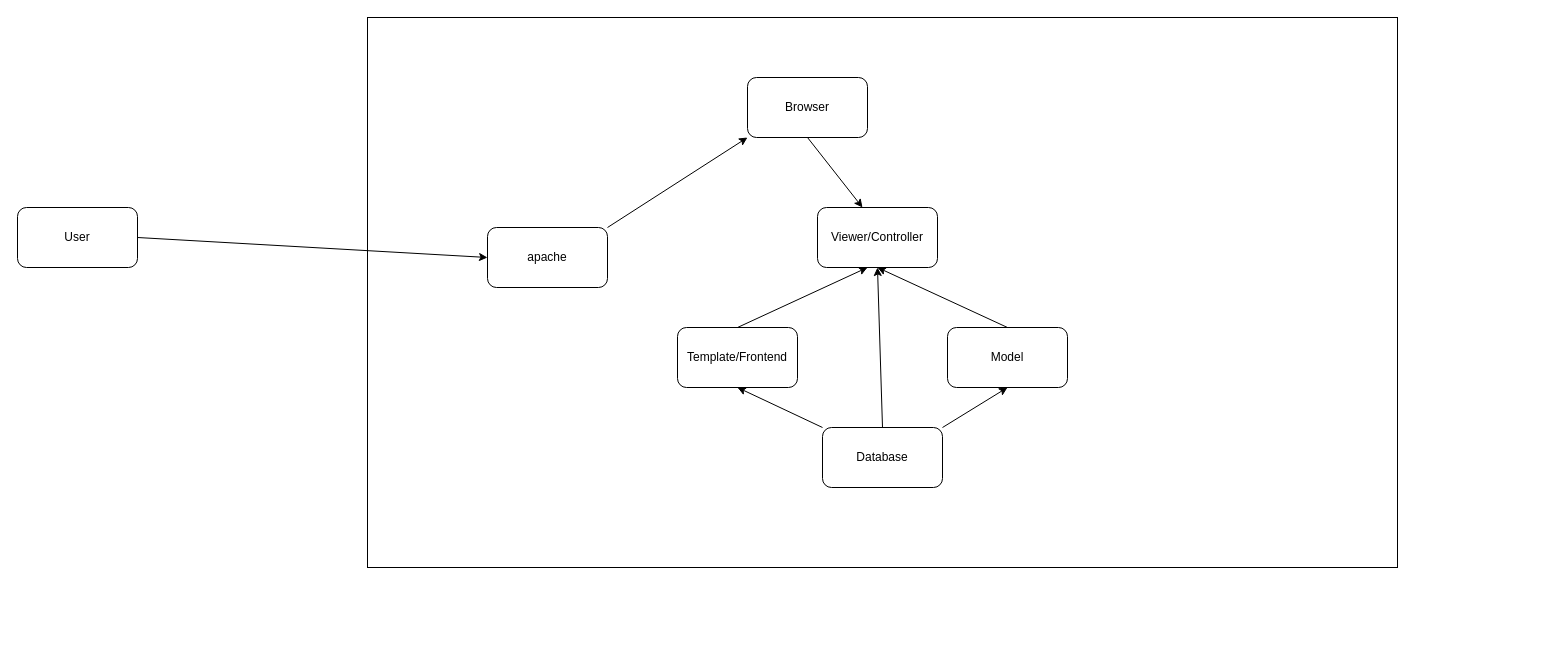
Earlier version of the draw.io diagram test.drawio (Vikbobvia/Stt_web). Source tidied: cells renumbered, new cells numbered last; positions are measured from the earlier drawing's top-left corner, leaving out a move shared by most shapes. Both pictures are drawn from the tidied source at 100%, with x=0, y=0 at pixel (17, 17).
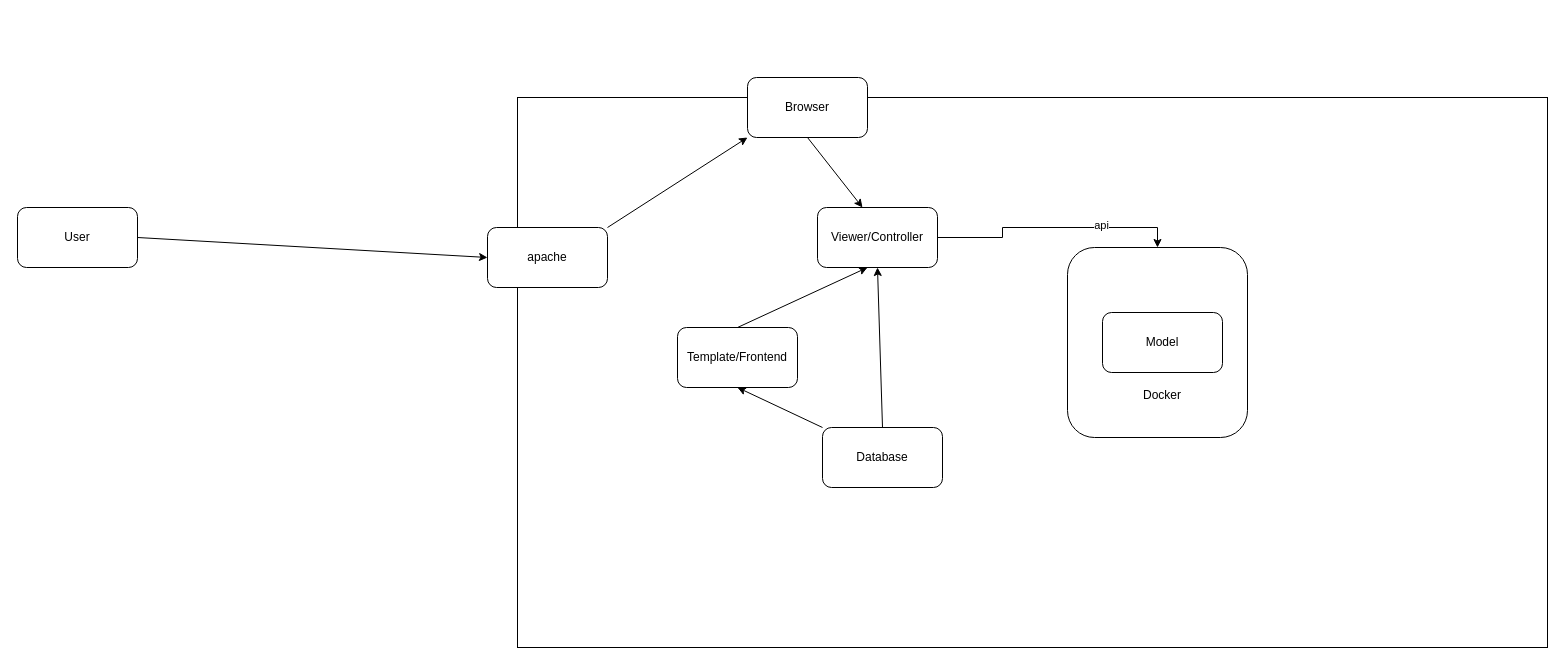
The same diagram, later.

Unchanged cells that the change refers to:
```xml
<mxCell id="9" value="Viewer/Controller" style="rounded=1;whiteSpace=wrap;html=1;" parent="1" vertex="1">
  <mxGeometry x="800" y="190" width="120" height="60" as="geometry" />
</mxCell>
<mxCell id="17" value="Database" style="rounded=1;whiteSpace=wrap;html=1;" parent="1" vertex="1">
  <mxGeometry x="805" y="410" width="120" height="60" as="geometry" />
</mxCell>
```

Change to the diagram source:
```diff
@@
     <mxCell id="2" style="rounded=0;whiteSpace=wrap;html=1;" parent="1" vertex="1">
-      <mxGeometry x="350" width="1030" height="550" as="geometry" />
+      <mxGeometry x="500" y="80" width="1030" height="550" as="geometry" />
     </mxCell>
+    <mxCell id="18" style="rounded=1;whiteSpace=wrap;html=1;" parent="1" vertex="1">
+      <mxGeometry x="1050" y="230" width="180" height="190" as="geometry" />
+    </mxCell>
@@
+    <mxCell id="19" style="edgeStyle=orthogonalEdgeStyle;rounded=0;jettySize=auto;html=1;exitX=1;exitY=0.5;exitDx=0;exitDy=0;entryX=0.5;entryY=0;entryDx=0;entryDy=0;" parent="1" edge="1" source="9" target="18">
+      <mxGeometry relative="1" as="geometry" />
+    </mxCell>
+    <mxCell id="20" value="api" style="edgeLabel;html=1;align=center;verticalAlign=middle;" parent="19" vertex="1">
+      <mxGeometry x="0.38" y="3" relative="1" as="geometry" />
+    </mxCell>
@@
-    <mxCell id="12" style="edgeStyle=none;html=1;exitX=0.5;exitY=0;exitDx=0;exitDy=0;entryX=0.5;entryY=1;entryDx=0;entryDy=0;" parent="1" edge="1" source="13" target="9">
-      <mxGeometry relative="1" as="geometry" />
-    </mxCell>
     <mxCell id="13" value="Model" style="rounded=1;whiteSpace=wrap;html=1;" parent="1" vertex="1">
-      <mxGeometry x="930" y="310" width="120" height="60" as="geometry" />
+      <mxGeometry x="1085" y="295" width="120" height="60" as="geometry" />
     </mxCell>
@@
-    <mxCell id="15" style="edgeStyle=none;html=1;exitX=1;exitY=0;exitDx=0;exitDy=0;entryX=0.5;entryY=1;entryDx=0;entryDy=0;" parent="1" edge="1" source="17" target="13">
-      <mxGeometry relative="1" as="geometry" />
-    </mxCell>
@@
+    <mxCell id="21" value="Docker&lt;div&gt;&lt;br&gt;&lt;/div&gt;" style="text;html=1;align=center;verticalAlign=middle;whiteSpace=wrap;rounded=0;" parent="1" vertex="1">
+      <mxGeometry x="1115" y="370" width="60" height="30" as="geometry" />
+    </mxCell>
```
